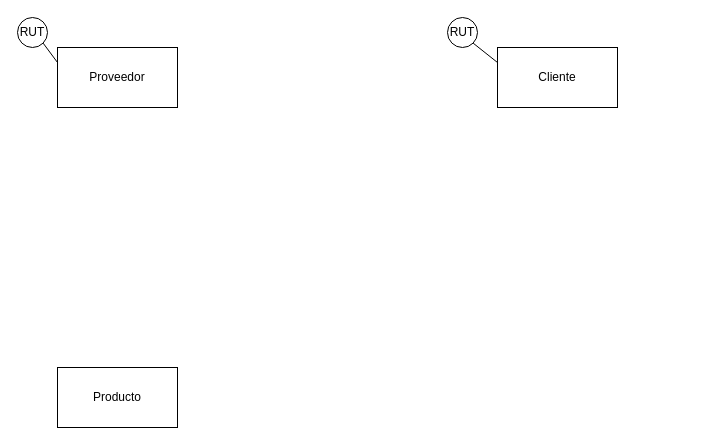
Before: Ejercicio2Proveedores.drawio in aledeleonez/DiagramasBBDD, a draw.io diagram. Source tidied: cells renumbered, new cells numbered last; positions are measured from the earlier drawing's top-left corner, leaving out a move shared by most shapes. Both pictures are drawn from the tidied source at 100%, with x=0, y=0 at pixel (17, 17).
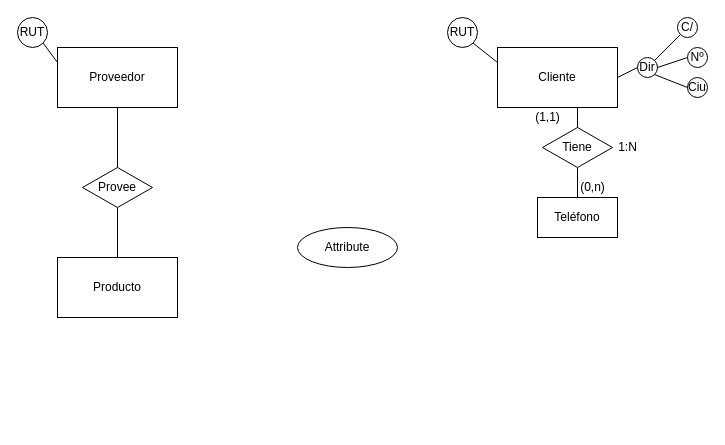
After the change.

The change refers to these unchanged cells:
```xml
<mxCell id="2" value="Proveedor" style="rounded=0;whiteSpace=wrap;html=1;" parent="1" vertex="1">
  <mxGeometry x="40" y="30" width="120" height="60" as="geometry" />
</mxCell>
<mxCell id="3" value="Cliente" style="rounded=0;whiteSpace=wrap;html=1;" parent="1" vertex="1">
  <mxGeometry x="480" y="30" width="120" height="60" as="geometry" />
</mxCell>
```

Change to the diagram source:
```diff
@@
     <mxCell id="4" value="Producto" style="rounded=0;whiteSpace=wrap;html=1;" parent="1" vertex="1">
-      <mxGeometry x="40" y="350" width="120" height="60" as="geometry" />
+      <mxGeometry x="40" y="240" width="120" height="60" as="geometry" />
     </mxCell>
@@
+    <mxCell id="9" value="Dir" style="ellipse;whiteSpace=wrap;html=1;" parent="1" vertex="1">
+      <mxGeometry x="620" y="40" width="20" height="20" as="geometry" />
+    </mxCell>
+    <mxCell id="10" style="endArrow=none;html=1;rounded=0;exitX=0;exitY=0.5;exitDx=0;exitDy=0;entryX=1;entryY=0.5;entryDx=0;entryDy=0;" parent="1" edge="1" source="9" target="3">
+      <mxGeometry relative="1" as="geometry" />
+    </mxCell>
+    <mxCell id="11" style="endArrow=none;html=1;rounded=0;exitX=1;exitY=0;exitDx=0;exitDy=0;entryX=0;entryY=1;entryDx=0;entryDy=0;" parent="1" edge="1" source="9" target="12">
+      <mxGeometry relative="1" as="geometry" />
+    </mxCell>
+    <mxCell id="12" value="C/" style="ellipse;whiteSpace=wrap;html=1;" parent="1" vertex="1">
+      <mxGeometry x="660" width="20" height="20" as="geometry" />
+    </mxCell>
+    <mxCell id="13" value="Nº" style="ellipse;whiteSpace=wrap;html=1;" parent="1" vertex="1">
+      <mxGeometry x="670" y="30" width="20" height="20" as="geometry" />
+    </mxCell>
+    <mxCell id="14" value="Ciu" style="ellipse;whiteSpace=wrap;html=1;" parent="1" vertex="1">
+      <mxGeometry x="670" y="60" width="20" height="20" as="geometry" />
+    </mxCell>
+    <mxCell id="15" style="endArrow=none;html=1;rounded=0;entryX=0;entryY=0.5;entryDx=0;entryDy=0;exitX=1;exitY=0.5;exitDx=0;exitDy=0;" parent="1" edge="1" source="9" target="13">
+      <mxGeometry relative="1" as="geometry" />
+    </mxCell>
+    <mxCell id="16" style="endArrow=none;html=1;rounded=0;entryX=0;entryY=0.5;entryDx=0;entryDy=0;exitX=1;exitY=1;exitDx=0;exitDy=0;" parent="1" edge="1" source="9" target="14">
+      <mxGeometry relative="1" as="geometry" />
+    </mxCell>
+    <mxCell id="17" value="Tiene" style="shape=rhombus;perimeter=rhombusPerimeter;whiteSpace=wrap;html=1;align=center;" parent="1" vertex="1">
+      <mxGeometry x="525" y="110" width="70" height="40" as="geometry" />
+    </mxCell>
+    <mxCell id="18" value="Teléfono" style="rounded=0;whiteSpace=wrap;html=1;" parent="1" vertex="1">
+      <mxGeometry x="520" y="180" width="80" height="40" as="geometry" />
+    </mxCell>
+    <mxCell id="19" style="endArrow=none;html=1;rounded=0;entryX=0.5;entryY=1;entryDx=0;entryDy=0;exitX=0.5;exitY=0;exitDx=0;exitDy=0;" parent="1" edge="1" source="18" target="17">
+      <mxGeometry relative="1" as="geometry" />
+    </mxCell>
+    <mxCell id="20" style="endArrow=none;html=1;rounded=0;exitX=0.5;exitY=0;exitDx=0;exitDy=0;" parent="1" edge="1" source="17">
+      <mxGeometry relative="1" as="geometry">
+        <mxPoint x="560" y="90" as="targetPoint" />
+      </mxGeometry>
+    </mxCell>
+    <mxCell id="21" value="(1,1)" style="text;html=1;align=center;verticalAlign=middle;strokeColor=none;fillColor=none;" parent="1" vertex="1">
+      <mxGeometry x="510" y="90" width="40" height="20" as="geometry" />
+    </mxCell>
+    <mxCell id="22" value="(0,n)" style="text;html=1;align=center;verticalAlign=middle;strokeColor=none;fillColor=none;" parent="1" vertex="1">
+      <mxGeometry x="555" y="160" width="40" height="20" as="geometry" />
+    </mxCell>
+    <mxCell id="23" value="1:N" style="text;html=1;align=center;verticalAlign=middle;strokeColor=none;fillColor=none;" parent="1" vertex="1">
+      <mxGeometry x="595" y="120" width="30" height="20" as="geometry" />
+    </mxCell>
+    <mxCell id="24" value="Provee" style="shape=rhombus;perimeter=rhombusPerimeter;whiteSpace=wrap;html=1;align=center;" parent="1" vertex="1">
+      <mxGeometry x="65" y="150" width="70" height="40" as="geometry" />
+    </mxCell>
+    <mxCell id="25" style="endArrow=none;html=1;rounded=0;exitX=0.5;exitY=0;exitDx=0;exitDy=0;entryX=0.5;entryY=1;entryDx=0;entryDy=0;" parent="1" edge="1" source="24" target="2">
+      <mxGeometry relative="1" as="geometry" />
+    </mxCell>
+    <mxCell id="26" style="endArrow=none;html=1;rounded=0;exitX=0.5;exitY=0;exitDx=0;exitDy=0;entryX=0.5;entryY=1;entryDx=0;entryDy=0;" parent="1" edge="1" source="4" target="24">
+      <mxGeometry relative="1" as="geometry" />
+    </mxCell>
+    <mxCell id="27" value="Attribute" style="ellipse;whiteSpace=wrap;html=1;align=center;" parent="1" vertex="1">
+      <mxGeometry x="280" y="210" width="100" height="40" as="geometry" />
+    </mxCell>
```
